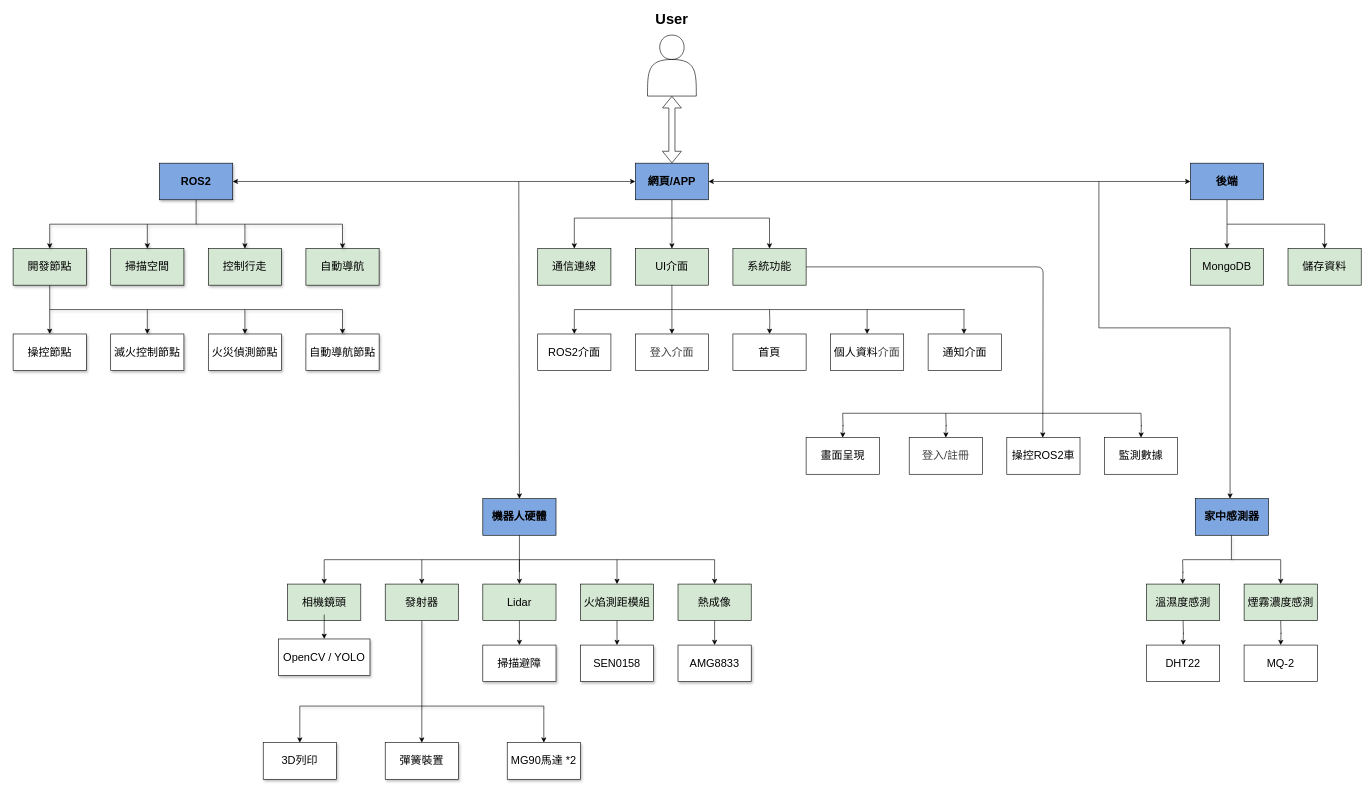
Earlier version of the draw.io diagram 專題架構圖.drawio (lihong0324/csie_project_ws). Source tidied: cells renumbered, new cells numbered last; positions are measured from the earlier drawing's top-left corner, leaving out a move shared by most shapes. Both pictures are drawn from the tidied source at 61%, with x=0, y=0 at pixel (13, 10).
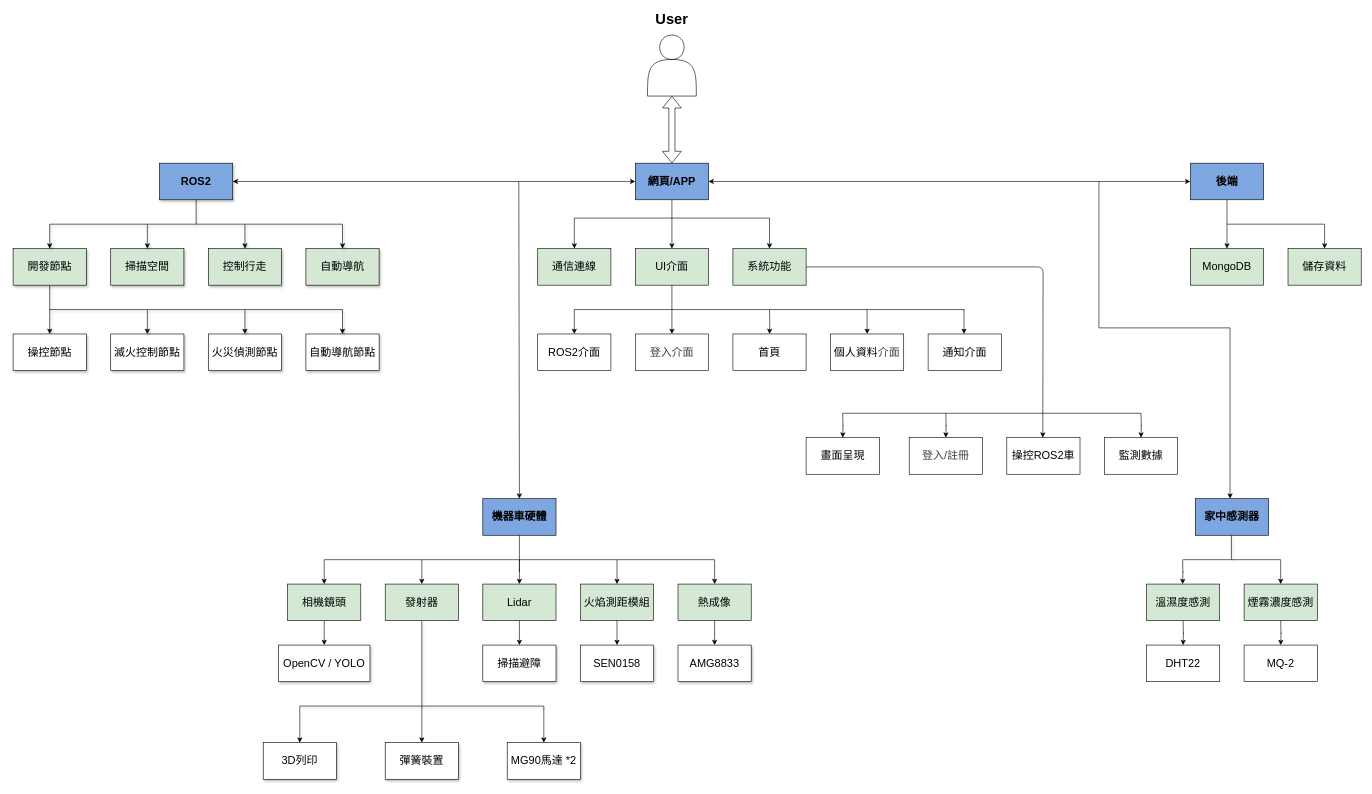
The same diagram, later.

The edit, as a diff of the source:
```diff
@@
-    <mxCell id="21" value="&lt;font style=&quot;font-size: 18px;&quot;&gt;&lt;b&gt;機器人硬體&lt;/b&gt;&lt;/font&gt;" style="rounded=0;whiteSpace=wrap;html=1;fillColor=light-dark(#7EA6E0,#000000);" parent="1" vertex="1">
+    <mxCell id="21" value="&lt;font style=&quot;font-size: 18px;&quot;&gt;&lt;b&gt;機器車硬體&lt;/b&gt;&lt;/font&gt;" style="rounded=0;whiteSpace=wrap;html=1;fillColor=light-dark(#7EA6E0,#000000);" parent="1" vertex="1">
       <mxGeometry x="770" y="800" width="120" height="60" as="geometry" />
     </mxCell>
@@
     <mxCell id="89" style="endArrow=classic;html=1;rounded=0;exitX=0.5;exitY=1;exitDx=0;exitDy=0;" parent="1" edge="1">
       <mxGeometry relative="1" as="geometry">
-        <mxPoint x="510" y="990" as="sourcePoint" />
-        <mxPoint x="510" y="1030" as="targetPoint" />
+        <mxPoint x="510" y="1000" as="sourcePoint" />
+        <mxPoint x="510" y="1040" as="targetPoint" />
       </mxGeometry>
     </mxCell>
     <mxCell id="90" value="&lt;span style=&quot;font-size: 18px;&quot;&gt;OpenCV / YOLO&lt;/span&gt;" style="whiteSpace=wrap;html=1;fillColor=#FFFFFF;rounded=0;shadow=1;" parent="1" vertex="1">
-      <mxGeometry x="435" y="1030" width="150" height="60" as="geometry" />
+      <mxGeometry x="435" y="1040" width="150" height="60" as="geometry" />
     </mxCell>
```
